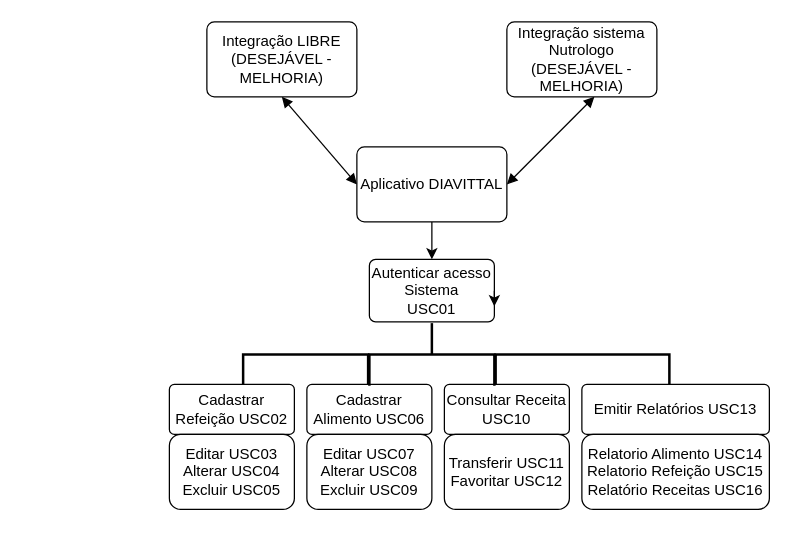
Earlier version of the draw.io diagram Fluxograma APP DIAVITTAL.drawio (guilhermehlopes/ENG_SOFT). Source tidied: cells renumbered, new cells numbered last; positions are measured from the earlier drawing's top-left corner, leaving out a move shared by most shapes. Both pictures are drawn from the tidied source at 125%, with x=0, y=0 at pixel (169, 21).
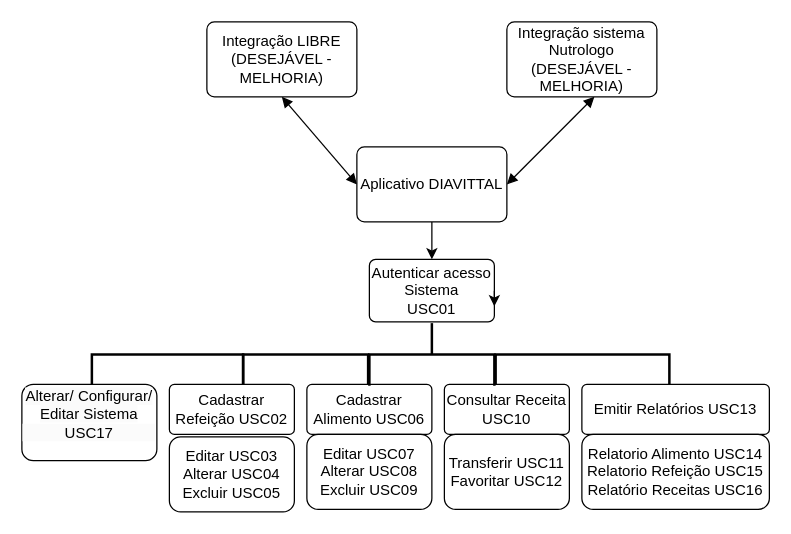
After the change.

Diff of the diagram source:
```diff
@@
     <mxCell id="17" value="Editar USC03&lt;div&gt;Alterar&amp;nbsp;&lt;span style=&quot;background-color: initial;&quot;&gt;USC04&lt;/span&gt;&lt;/div&gt;&lt;div&gt;Excluir&amp;nbsp;&lt;span style=&quot;background-color: initial;&quot;&gt;USC05&lt;/span&gt;&lt;/div&gt;" style="rounded=1;whiteSpace=wrap;html=1;" parent="1" vertex="1">
-      <mxGeometry y="330" width="100" height="60" as="geometry" />
+      <mxGeometry y="332" width="100" height="60" as="geometry" />
     </mxCell>
@@
+    <mxCell id="21" value="&#10;&lt;span style=&quot;color: rgb(0, 0, 0); font-family: Helvetica; font-size: 12px; font-style: normal; font-variant-ligatures: normal; font-variant-caps: normal; font-weight: 400; letter-spacing: normal; orphans: 2; text-align: center; text-indent: 0px; text-transform: none; widows: 2; word-spacing: 0px; -webkit-text-stroke-width: 0px; white-space: normal; background-color: rgb(251, 251, 251); text-decoration-thickness: initial; text-decoration-style: initial; text-decoration-color: initial; display: inline !important; float: none;&quot;&gt;Alterar/ Configurar/ Editar Sistema&lt;/span&gt;&lt;div style=&quot;forced-color-adjust: none; color: rgb(0, 0, 0); font-family: Helvetica; font-size: 12px; font-style: normal; font-variant-ligatures: normal; font-variant-caps: normal; font-weight: 400; letter-spacing: normal; orphans: 2; text-align: center; text-indent: 0px; text-transform: none; widows: 2; word-spacing: 0px; -webkit-text-stroke-width: 0px; white-space: normal; background-color: rgb(251, 251, 251); text-decoration-thickness: initial; text-decoration-style: initial; text-decoration-color: initial;&quot;&gt;USC17&lt;/div&gt;&#10;&#10;" style="rounded=1;whiteSpace=wrap;html=1;" parent="1" vertex="1">
+      <mxGeometry x="-118" y="290" width="108" height="61" as="geometry" />
+    </mxCell>
+    <mxCell id="22" style="strokeWidth=2;html=1;shape=mxgraph.flowchart.annotation_1;align=left;direction=south;" parent="1" vertex="1">
+      <mxGeometry x="-62" y="266" width="121" height="24" as="geometry" />
+    </mxCell>
```
